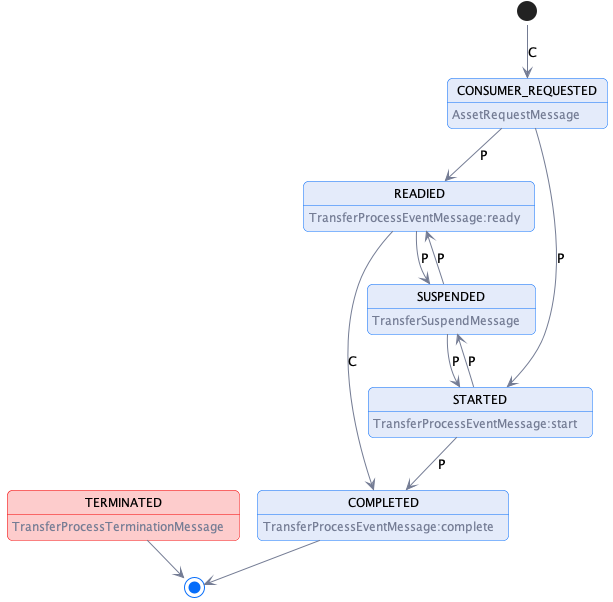
This is specifications/transfer/transfer.process.state.machine.png from Metaform/edc-protocols, a PlantUML export, as it was before one commit. The source it was exported from:
```plantuml
@startuml "hub-request-processing"
!pragma layout smetana

!include ../diagrams/diagram.styles.puml

hide empty description

state CONSUMER_REQUESTED: <color:$darkGray>AssetRequestMessage
state READIED: <color:$darkGray>TransferProcessEventMessage:ready
state STARTED: <color:$darkGray>TransferProcessEventMessage:start
state COMPLETED: <color:$darkGray>TransferProcessEventMessage:complete
state SUSPENDED: <color:$darkGray>TransferSuspendMessage

state TERMINATED $lightRed #$borderRed : <color:$darkGray>TransferProcessTerminationMessage

[*] --> CONSUMER_REQUESTED: C
CONSUMER_REQUESTED -->  READIED: P
CONSUMER_REQUESTED -->  STARTED: P
READIED -->  COMPLETED: C
STARTED -->  COMPLETED: P
STARTED -->  SUSPENDED: P
READIED -->  SUSPENDED: P
SUSPENDED --> STARTED: P
SUSPENDED --> READIED: P
COMPLETED -->[*]

TERMINATED --> [*]

@enduml
```
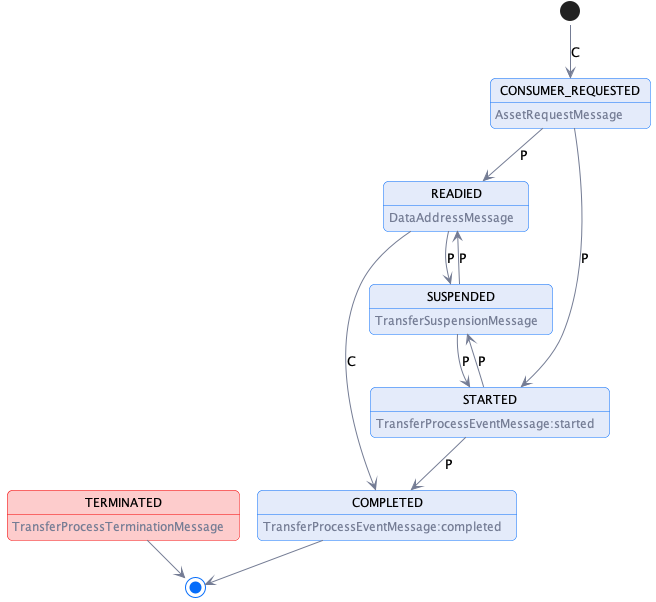
Above is the later version.

Commit message:
Clean up transfer process

Change to the diagram source:
```diff
@@ -6,10 +6,10 @@
 hide empty description
 
 state CONSUMER_REQUESTED: <color:$darkGray>AssetRequestMessage
-state READIED: <color:$darkGray>TransferProcessEventMessage:ready
-state STARTED: <color:$darkGray>TransferProcessEventMessage:start
-state COMPLETED: <color:$darkGray>TransferProcessEventMessage:complete
-state SUSPENDED: <color:$darkGray>TransferSuspendMessage
+state READIED: <color:$darkGray>DataAddressMessage
+state STARTED: <color:$darkGray>TransferProcessEventMessage:started
+state COMPLETED: <color:$darkGray>TransferProcessEventMessage:completed
+state SUSPENDED: <color:$darkGray>TransferSuspensionMessage
 
 state TERMINATED $lightRed #$borderRed : <color:$darkGray>TransferProcessTerminationMessage
 
```
